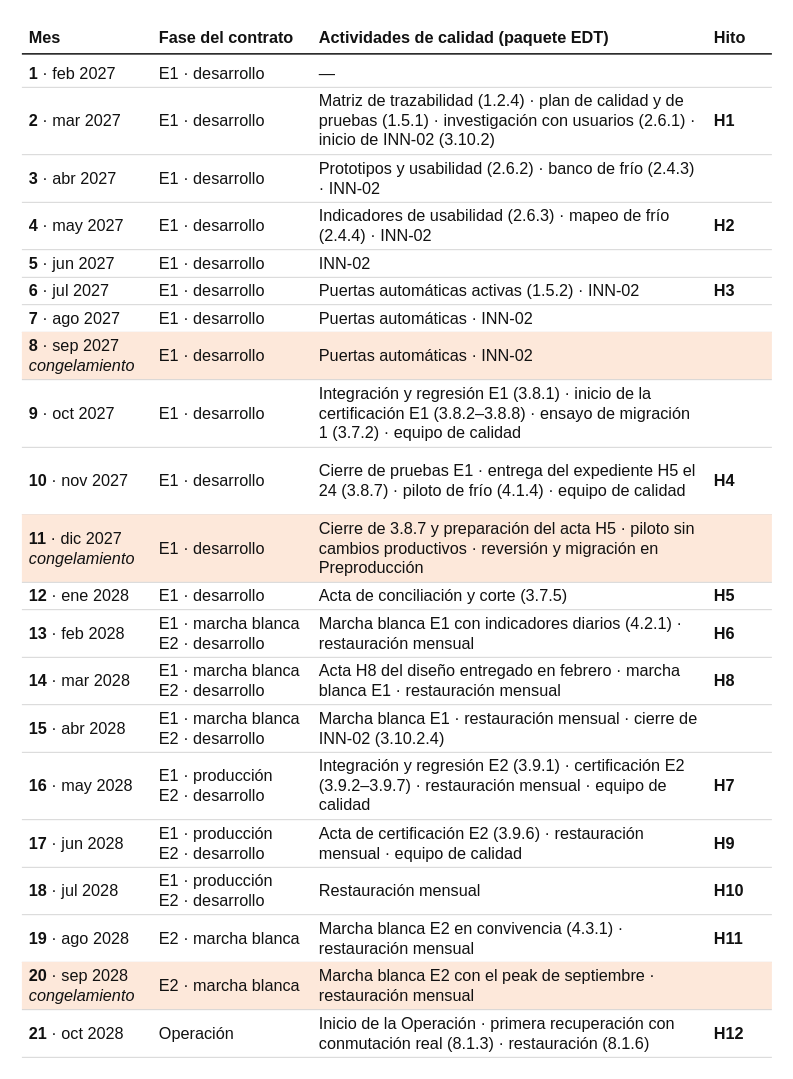
Earlier version of the draw.io diagram SD9_v_nueva/09_plan_calidad/diagramas/Fig_9-10_Calidad_Implementacion_vertical.drawio (PatricioH315/LafroX). Source tidied: cells renumbered, new cells numbered last; positions are measured from the earlier drawing's top-left corner, leaving out a move shared by most shapes. Both pictures are drawn from the tidied source at 125%, with x=0, y=0 at pixel (21, 21).
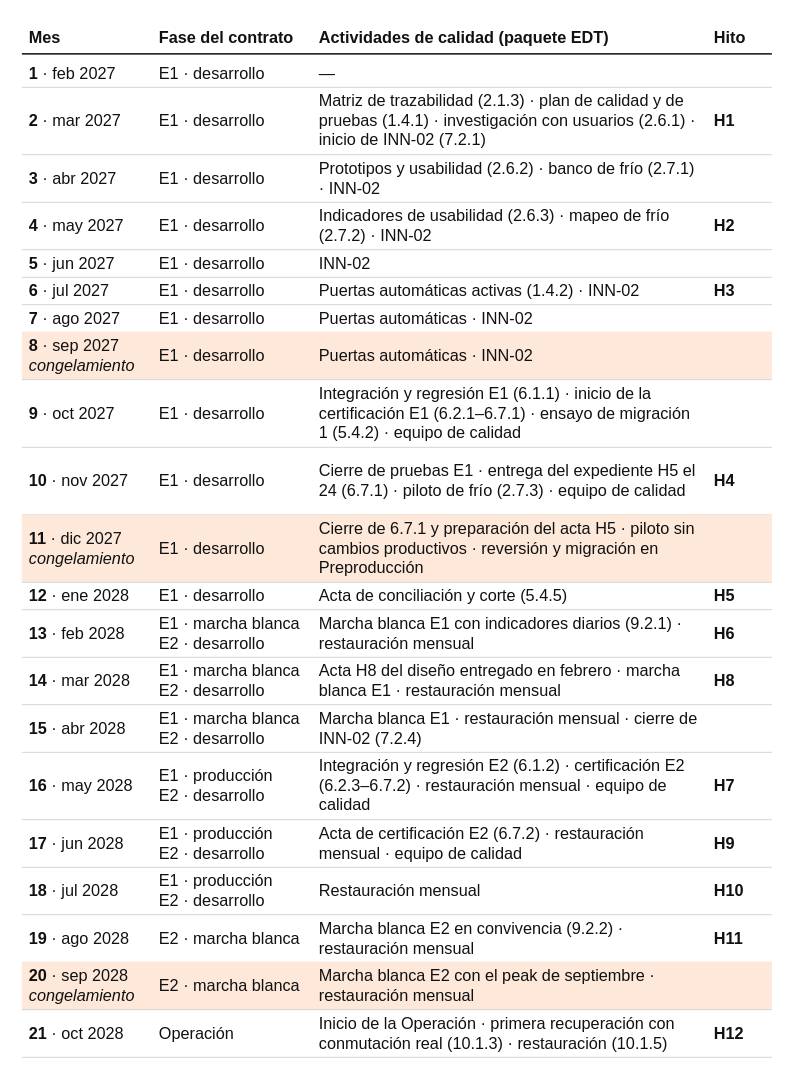
Above is the later version.

What changed in the source:
```diff
@@
-    <mxCell id="13" value="Matriz de trazabilidad (1.2.4) · plan de calidad y de pruebas (1.5.1) · investigación con usuarios (2.6.1) · inicio de INN-02 (3.10.2)" style="text;html=1;fontSize=13;fontFamily=Helvetica;fontColor=#111111;align=left;verticalAlign=middle;whiteSpace=wrap;" parent="1" vertex="1">
+    <mxCell id="13" value="Matriz de trazabilidad (2.1.3) · plan de calidad y de pruebas (1.4.1) · investigación con usuarios (2.6.1) · inicio de INN-02 (7.2.1)" style="text;html=1;fontSize=13;fontFamily=Helvetica;fontColor=#111111;align=left;verticalAlign=middle;whiteSpace=wrap;" parent="1" vertex="1">
       <mxGeometry x="236" y="52" width="308" height="54" as="geometry" />
     </mxCell>
@@
-    <mxCell id="18" value="Prototipos y usabilidad (2.6.2) · banco de frío (2.4.3) · INN-02" style="text;html=1;fontSize=13;fontFamily=Helvetica;fontColor=#111111;align=left;verticalAlign=middle;whiteSpace=wrap;" parent="1" vertex="1">
+    <mxCell id="18" value="Prototipos y usabilidad (2.6.2) · banco de frío (2.7.1) · INN-02" style="text;html=1;fontSize=13;fontFamily=Helvetica;fontColor=#111111;align=left;verticalAlign=middle;whiteSpace=wrap;" parent="1" vertex="1">
       <mxGeometry x="236" y="106" width="308" height="38" as="geometry" />
     </mxCell>
@@
-    <mxCell id="22" value="Indicadores de usabilidad (2.6.3) · mapeo de frío (2.4.4) · INN-02" style="text;html=1;fontSize=13;fontFamily=Helvetica;fontColor=#111111;align=left;verticalAlign=middle;whiteSpace=wrap;" parent="1" vertex="1">
+    <mxCell id="22" value="Indicadores de usabilidad (2.6.3) · mapeo de frío (2.7.2) · INN-02" style="text;html=1;fontSize=13;fontFamily=Helvetica;fontColor=#111111;align=left;verticalAlign=middle;whiteSpace=wrap;" parent="1" vertex="1">
       <mxGeometry x="236" y="144" width="308" height="38" as="geometry" />
     </mxCell>
@@
-    <mxCell id="31" value="Puertas automáticas activas (1.5.2) · INN-02" style="text;html=1;fontSize=13;fontFamily=Helvetica;fontColor=#111111;align=left;verticalAlign=middle;whiteSpace=wrap;" parent="1" vertex="1">
+    <mxCell id="31" value="Puertas automáticas activas (1.4.2) · INN-02" style="text;html=1;fontSize=13;fontFamily=Helvetica;fontColor=#111111;align=left;verticalAlign=middle;whiteSpace=wrap;" parent="1" vertex="1">
       <mxGeometry x="236" y="204" width="308" height="22" as="geometry" />
     </mxCell>
@@
-    <mxCell id="45" value="Integración y regresión E1 (3.8.1) · inicio de la certificación E1 (3.8.2–3.8.8) · ensayo de migración 1 (3.7.2) · equipo de calidad" style="text;html=1;fontSize=13;fontFamily=Helvetica;fontColor=#111111;align=left;verticalAlign=middle;whiteSpace=wrap;" parent="1" vertex="1">
+    <mxCell id="45" value="Integración y regresión E1 (6.1.1) · inicio de la certificación E1 (6.2.1–6.7.1) · ensayo de migración 1 (5.4.2) · equipo de calidad" style="text;html=1;fontSize=13;fontFamily=Helvetica;fontColor=#111111;align=left;verticalAlign=middle;whiteSpace=wrap;" parent="1" vertex="1">
       <mxGeometry x="236" y="286" width="308" height="54" as="geometry" />
     </mxCell>
@@
-    <mxCell id="49" value="Cierre de pruebas E1 · entrega del expediente H5 el 24 (3.8.7) · piloto de frío (4.1.4) · equipo de calidad" style="text;html=1;fontSize=13;fontFamily=Helvetica;fontColor=#111111;align=left;verticalAlign=middle;whiteSpace=wrap;" parent="1" vertex="1">
+    <mxCell id="49" value="Cierre de pruebas E1 · entrega del expediente H5 el 24 (6.7.1) · piloto de frío (2.7.3) · equipo de calidad" style="text;html=1;fontSize=13;fontFamily=Helvetica;fontColor=#111111;align=left;verticalAlign=middle;whiteSpace=wrap;" parent="1" vertex="1">
       <mxGeometry x="236" y="340" width="308" height="54" as="geometry" />
     </mxCell>
@@
-    <mxCell id="55" value="Cierre de 3.8.7 y preparación del acta H5 · piloto sin cambios productivos · reversión y migración en Preproducción" style="text;html=1;fontSize=13;fontFamily=Helvetica;fontColor=#111111;align=left;verticalAlign=middle;whiteSpace=wrap;" parent="1" vertex="1">
+    <mxCell id="55" value="Cierre de 6.7.1 y preparación del acta H5 · piloto sin cambios productivos · reversión y migración en Preproducción" style="text;html=1;fontSize=13;fontFamily=Helvetica;fontColor=#111111;align=left;verticalAlign=middle;whiteSpace=wrap;" parent="1" vertex="1">
       <mxGeometry x="236" y="394" width="308" height="54" as="geometry" />
     </mxCell>
@@
-    <mxCell id="59" value="Acta de conciliación y corte (3.7.5)" style="text;html=1;fontSize=13;fontFamily=Helvetica;fontColor=#111111;align=left;verticalAlign=middle;whiteSpace=wrap;" parent="1" vertex="1">
+    <mxCell id="59" value="Acta de conciliación y corte (5.4.5)" style="text;html=1;fontSize=13;fontFamily=Helvetica;fontColor=#111111;align=left;verticalAlign=middle;whiteSpace=wrap;" parent="1" vertex="1">
       <mxGeometry x="236" y="448" width="308" height="22" as="geometry" />
     </mxCell>
@@
-    <mxCell id="64" value="Marcha blanca E1 con indicadores diarios (4.2.1) · restauración mensual" style="text;html=1;fontSize=13;fontFamily=Helvetica;fontColor=#111111;align=left;verticalAlign=middle;whiteSpace=wrap;" parent="1" vertex="1">
+    <mxCell id="64" value="Marcha blanca E1 con indicadores diarios (9.2.1) · restauración mensual" style="text;html=1;fontSize=13;fontFamily=Helvetica;fontColor=#111111;align=left;verticalAlign=middle;whiteSpace=wrap;" parent="1" vertex="1">
       <mxGeometry x="236" y="470" width="308" height="38" as="geometry" />
     </mxCell>
@@
-    <mxCell id="74" value="Marcha blanca E1 · restauración mensual · cierre de INN-02 (3.10.2.4)" style="text;html=1;fontSize=13;fontFamily=Helvetica;fontColor=#111111;align=left;verticalAlign=middle;whiteSpace=wrap;" parent="1" vertex="1">
+    <mxCell id="74" value="Marcha blanca E1 · restauración mensual · cierre de INN-02 (7.2.4)" style="text;html=1;fontSize=13;fontFamily=Helvetica;fontColor=#111111;align=left;verticalAlign=middle;whiteSpace=wrap;" parent="1" vertex="1">
       <mxGeometry x="236" y="546" width="308" height="38" as="geometry" />
     </mxCell>
@@
-    <mxCell id="78" value="Integración y regresión E2 (3.9.1) · certificación E2 (3.9.2–3.9.7) · restauración mensual · equipo de calidad" style="text;html=1;fontSize=13;fontFamily=Helvetica;fontColor=#111111;align=left;verticalAlign=middle;whiteSpace=wrap;" parent="1" vertex="1">
+    <mxCell id="78" value="Integración y regresión E2 (6.1.2) · certificación E2 (6.2.3–6.7.2) · restauración mensual · equipo de calidad" style="text;html=1;fontSize=13;fontFamily=Helvetica;fontColor=#111111;align=left;verticalAlign=middle;whiteSpace=wrap;" parent="1" vertex="1">
       <mxGeometry x="236" y="584" width="308" height="54" as="geometry" />
     </mxCell>
@@
-    <mxCell id="83" value="Acta de certificación E2 (3.9.6) · restauración mensual · equipo de calidad" style="text;html=1;fontSize=13;fontFamily=Helvetica;fontColor=#111111;align=left;verticalAlign=middle;whiteSpace=wrap;" parent="1" vertex="1">
+    <mxCell id="83" value="Acta de certificación E2 (6.7.2) · restauración mensual · equipo de calidad" style="text;html=1;fontSize=13;fontFamily=Helvetica;fontColor=#111111;align=left;verticalAlign=middle;whiteSpace=wrap;" parent="1" vertex="1">
       <mxGeometry x="236" y="638" width="308" height="38" as="geometry" />
     </mxCell>
@@
-    <mxCell id="93" value="Marcha blanca E2 en convivencia (4.3.1) · restauración mensual" style="text;html=1;fontSize=13;fontFamily=Helvetica;fontColor=#111111;align=left;verticalAlign=middle;whiteSpace=wrap;" parent="1" vertex="1">
+    <mxCell id="93" value="Marcha blanca E2 en convivencia (9.2.2) · restauración mensual" style="text;html=1;fontSize=13;fontFamily=Helvetica;fontColor=#111111;align=left;verticalAlign=middle;whiteSpace=wrap;" parent="1" vertex="1">
       <mxGeometry x="236" y="714" width="308" height="38" as="geometry" />
     </mxCell>
@@
-    <mxCell id="103" value="Inicio de la Operación · primera recuperación con conmutación real (8.1.3) · restauración (8.1.6)" style="text;html=1;fontSize=13;fontFamily=Helvetica;fontColor=#111111;align=left;verticalAlign=middle;whiteSpace=wrap;" parent="1" vertex="1">
+    <mxCell id="103" value="Inicio de la Operación · primera recuperación con conmutación real (10.1.3) · restauración (10.1.5)" style="text;html=1;fontSize=13;fontFamily=Helvetica;fontColor=#111111;align=left;verticalAlign=middle;whiteSpace=wrap;" parent="1" vertex="1">
       <mxGeometry x="236" y="790" width="308" height="38" as="geometry" />
     </mxCell>
```
